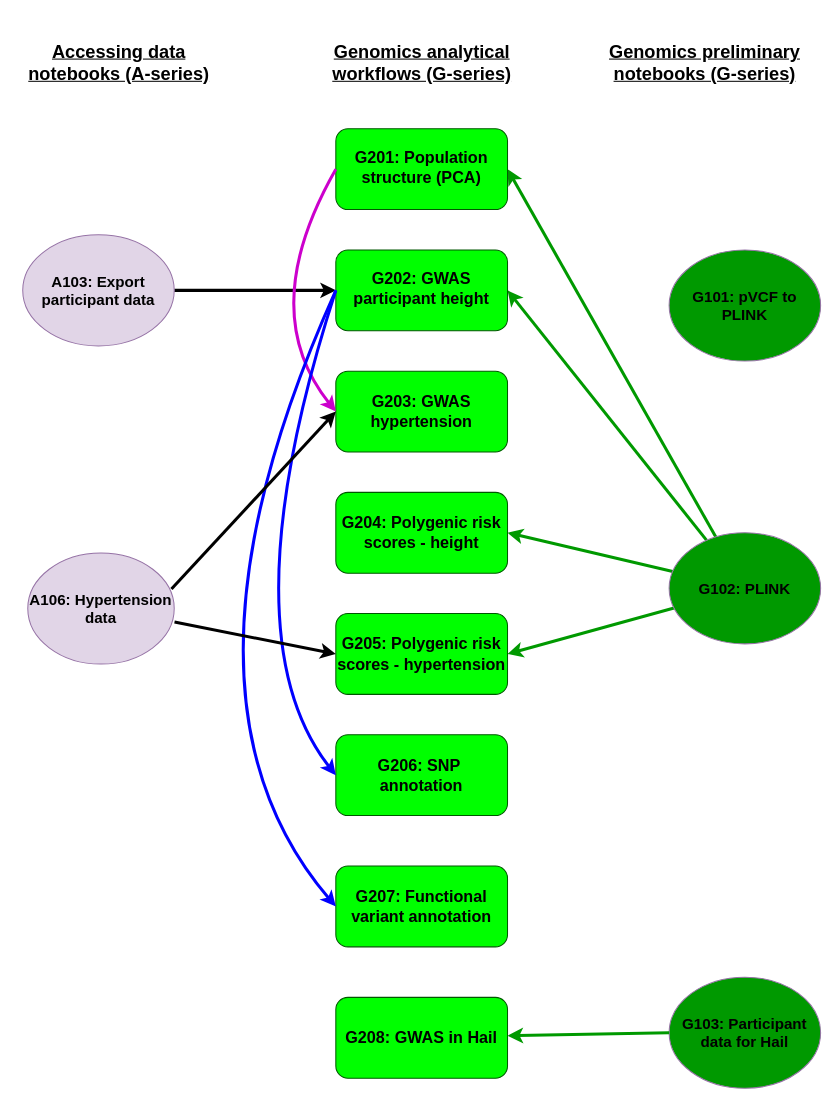
UK-Biobank/UKB-RAP-Notebooks-Genomics keeps this draw.io diagram as genomics.drawio. Above is the earlier version. Source tidied: cells renumbered, new cells numbered last; positions are measured from the earlier drawing's top-left corner, leaving out a move shared by most shapes. Both pictures are drawn from the tidied source at 101%, with x=0, y=0 at pixel (17, 17).
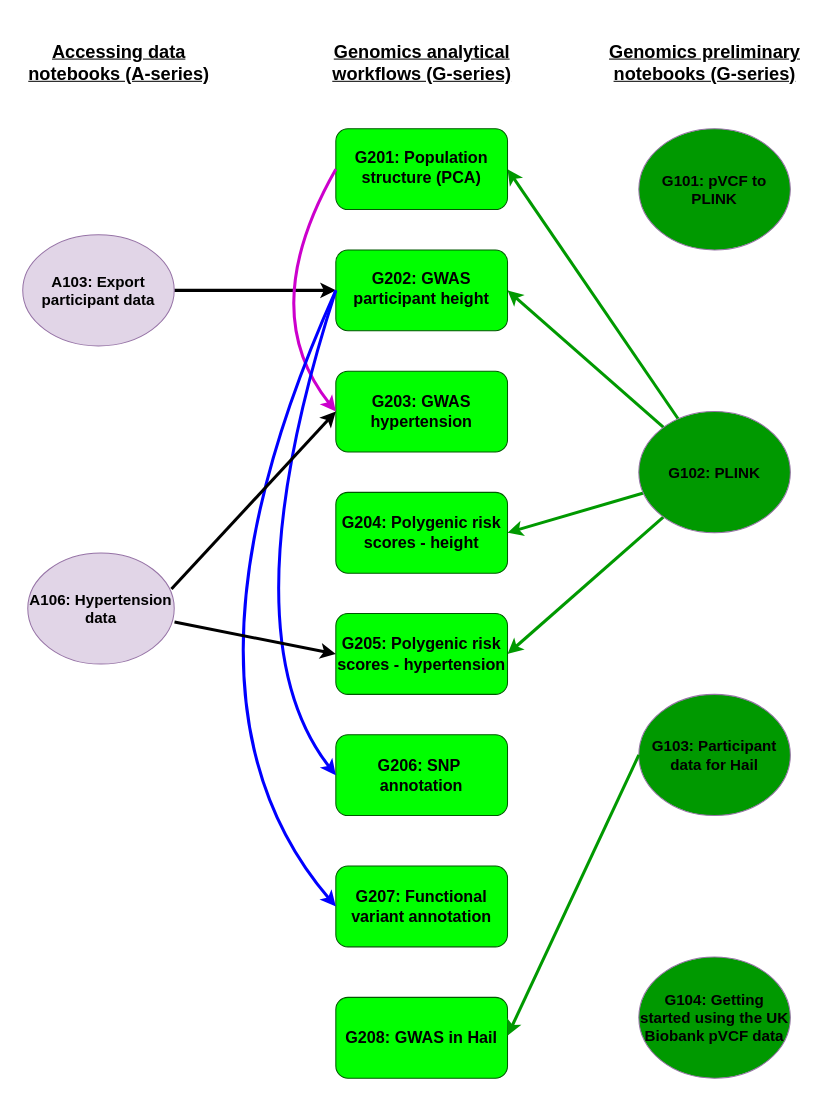
Above is the later version.

Commit message (it also covers changes not shown here):
addition of pVCF notebook

What changed in the source:
```diff
@@
     <mxCell id="6" value="&lt;font size=&quot;1&quot; color=&quot;#000000&quot;&gt;&lt;b style=&quot;font-size: 15px;&quot;&gt;G102: PLINK&lt;/b&gt;&lt;/font&gt;" style="ellipse;whiteSpace=wrap;html=1;fillColor=#009900;strokeColor=#9673a6;" parent="1" vertex="1">
-      <mxGeometry x="645" y="510" width="150" height="110" as="geometry" />
+      <mxGeometry x="615" y="390" width="150" height="120" as="geometry" />
     </mxCell>
@@
     <mxCell id="9" value="&lt;p style=&quot;font-size: 15px;&quot;&gt;&lt;b&gt;&lt;font style=&quot;font-size: 15px;&quot; color=&quot;#000000&quot;&gt;G&lt;/font&gt;&lt;/b&gt;&lt;b style=&quot;background-color: initial;&quot;&gt;&lt;font style=&quot;font-size: 15px;&quot; color=&quot;#000000&quot;&gt;101:&amp;nbsp;&lt;/font&gt;pVCF to PLINK&lt;/b&gt;&lt;/p&gt;" style="ellipse;whiteSpace=wrap;html=1;fillColor=#009900;strokeColor=#9673a6;" parent="1" vertex="1">
-      <mxGeometry x="645" y="230" width="150" height="110" as="geometry" />
+      <mxGeometry x="615" y="110" width="150" height="120" as="geometry" />
     </mxCell>
@@
     <mxCell id="26" value="&lt;font size=&quot;1&quot; color=&quot;#000000&quot;&gt;&lt;b style=&quot;font-size: 15px;&quot;&gt;G103: Participant data for Hail&lt;/b&gt;&lt;/font&gt;" style="ellipse;whiteSpace=wrap;html=1;fillColor=#009900;strokeColor=#9673a6;" parent="1" vertex="1">
-      <mxGeometry x="645" y="950" width="150" height="110" as="geometry" />
+      <mxGeometry x="615" y="670" width="150" height="120" as="geometry" />
     </mxCell>
@@
+    <mxCell id="29" value="&lt;font style=&quot;font-size: 15px;&quot;&gt;&lt;b&gt;G104: Getting started using the UK Biobank pVCF data&lt;/b&gt;&lt;/font&gt;" style="ellipse;whiteSpace=wrap;html=1;fillColor=#009900;strokeColor=#9673a6;" parent="1" vertex="1">
+      <mxGeometry x="615" y="930" width="150" height="120" as="geometry" />
+    </mxCell>
```
